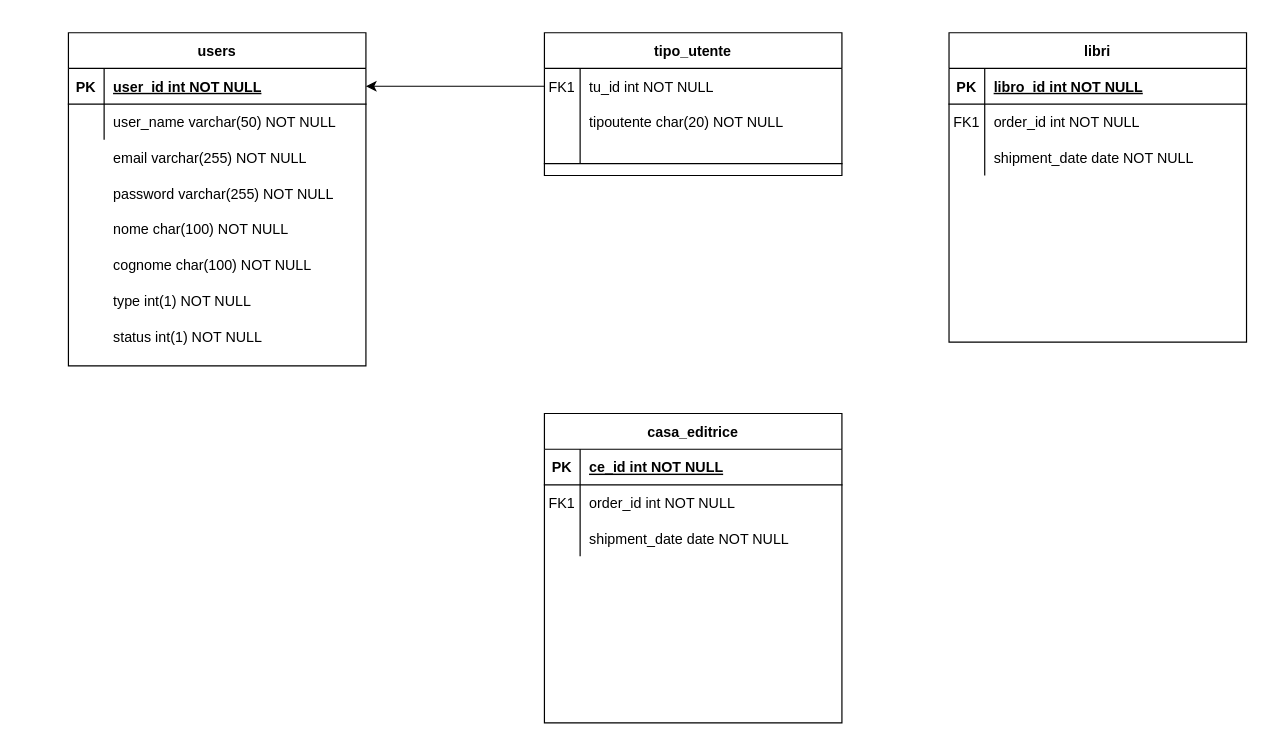
Above: er_diagram.drawio in michipase/Bookique_animaniacs (draw.io), before the change. Source tidied: cells renumbered, new cells numbered last; positions are measured from the earlier drawing's top-left corner, leaving out a move shared by most shapes. Both pictures are drawn from the tidied source at 119%, with x=0, y=0 at pixel (68, 32).
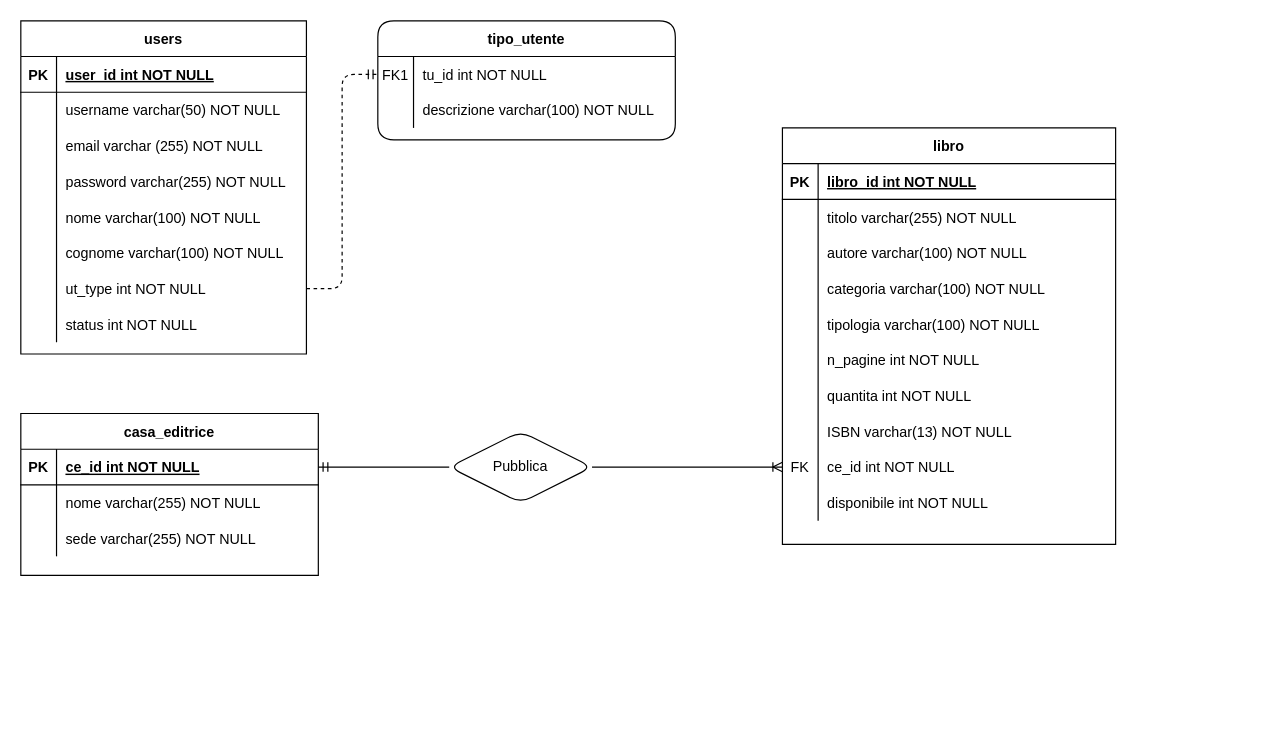
The same diagram, later.

Unchanged cells that the change refers to:
```xml
<mxCell id="3" style="shape=partialRectangle;fillColor=none;points=[[0,0.5],[1,0.5]];portConstraint=eastwest;top=0;left=0;right=0;bottom=0;" parent="2" vertex="1">
  <mxGeometry y="30" width="250" height="30" as="geometry" />
</mxCell>
<mxCell id="6" style="shape=partialRectangle;fillColor=none;top=0;left=0;right=0;bottom=0;" parent="2" vertex="1">
  <mxGeometry y="60" width="250" height="30" as="geometry" />
</mxCell>
<mxCell id="37" style="shape=partialRectangle;fillColor=none;points=[[0,0.5],[1,0.5]];portConstraint=eastwest;top=0;left=0;right=0;bottom=1;" parent="36" vertex="1">
  <mxGeometry y="30" width="250" height="30" as="geometry" />
</mxCell>
<mxCell id="40" style="shape=partialRectangle;fillColor=none;top=0;left=0;right=0;bottom=0;" parent="36" vertex="1">
  <mxGeometry y="60" width="250" height="30" as="geometry" />
</mxCell>
<mxCell id="43" style="shape=partialRectangle;fillColor=none;top=0;left=0;right=0;bottom=0;" parent="36" vertex="1">
  <mxGeometry y="90" width="250" height="30" as="geometry" />
</mxCell>
```

The edit, as a diff of the source:
```diff
@@
-    <mxCell id="2" value="tipo_utente" style="shape=table;startSize=30;childLayout=tableLayout;rowLines=0;fontStyle=1;align=center;" parent="1" vertex="1">
-      <mxGeometry x="400" width="250" height="120" as="geometry" />
+    <mxCell id="2" value="tipo_utente" style="shape=table;startSize=30;childLayout=tableLayout;rowLines=0;fontStyle=1;align=center;rounded=1;" parent="1" vertex="1">
+      <mxGeometry x="260" y="-10" width="250" height="100" as="geometry" />
     </mxCell>
@@
-    <mxCell id="8" value="tipoutente char(20) NOT NULL" style="shape=partialRectangle;overflow=hidden;fillColor=none;top=0;left=0;bottom=0;right=0;align=left;spacingLeft=6;" parent="6" vertex="1">
+    <mxCell id="8" value="descrizione varchar(100) NOT NULL" style="shape=partialRectangle;overflow=hidden;fillColor=none;top=0;left=0;bottom=0;right=0;align=left;spacingLeft=6;" parent="6" vertex="1">
       <mxGeometry x="30" width="220" height="30" as="geometry" />
     </mxCell>
-    <mxCell id="9" style="shape=partialRectangle;fillColor=none;top=0;left=0;right=0;bottom=1;" parent="2" vertex="1">
-      <mxGeometry y="90" width="250" height="20" as="geometry" />
-    </mxCell>
-    <mxCell id="10" style="shape=partialRectangle;overflow=hidden;fillColor=none;top=0;left=0;bottom=0;right=0;fontStyle=1;" parent="9" vertex="1">
-      <mxGeometry width="30" height="20" as="geometry" />
-    </mxCell>
-    <mxCell id="11" style="shape=partialRectangle;overflow=hidden;fillColor=none;top=0;left=0;bottom=0;right=0;align=left;spacingLeft=6;fontStyle=5;" parent="9" vertex="1">
-      <mxGeometry x="30" width="220" height="20" as="geometry" />
-    </mxCell>
-    <mxCell id="12" value="users" style="shape=table;startSize=30;childLayout=tableLayout;rowLines=0;fontStyle=1;align=center;" parent="1" vertex="1">
-      <mxGeometry width="250" height="280" as="geometry" />
-    </mxCell>
-    <mxCell id="13" style="shape=partialRectangle;fillColor=none;points=[[0,0.5],[1,0.5]];portConstraint=eastwest;top=0;left=0;right=0;bottom=1;" parent="12" vertex="1">
-      <mxGeometry y="30" width="250" height="30" as="geometry" />
-    </mxCell>
-    <mxCell id="14" value="PK" style="shape=partialRectangle;overflow=hidden;fillColor=none;top=0;left=0;bottom=0;right=0;fontStyle=1;" parent="13" vertex="1">
-      <mxGeometry width="30" height="30" as="geometry" />
-    </mxCell>
-    <mxCell id="15" value="user_id int NOT NULL " style="shape=partialRectangle;overflow=hidden;fillColor=none;top=0;left=0;bottom=0;right=0;align=left;spacingLeft=6;fontStyle=5;" parent="13" vertex="1">
-      <mxGeometry x="30" width="220" height="30" as="geometry" />
-    </mxCell>
-    <mxCell id="16" style="shape=partialRectangle;fillColor=none;top=0;left=0;right=0;bottom=0;" parent="12" vertex="1">
-      <mxGeometry y="60" width="250" height="30" as="geometry" />
-    </mxCell>
-    <mxCell id="17" style="shape=partialRectangle;overflow=hidden;fillColor=none;top=0;left=0;bottom=0;right=0;" parent="16" vertex="1">
-      <mxGeometry width="30" height="30" as="geometry" />
-    </mxCell>
-    <mxCell id="18" value="user_name varchar(50) NOT NULL" style="shape=partialRectangle;overflow=hidden;fillColor=none;top=0;left=0;bottom=0;right=0;align=left;spacingLeft=6;" parent="16" vertex="1">
-      <mxGeometry x="30" width="220" height="30" as="geometry" />
-    </mxCell>
-    <mxCell id="19" value="password varchar(255) NOT NULL" style="shape=partialRectangle;overflow=hidden;fillColor=none;top=0;left=0;bottom=0;right=0;align=left;spacingLeft=6;" parent="1" vertex="1">
-      <mxGeometry x="30" y="120" width="220" height="30" as="geometry" />
-    </mxCell>
-    <mxCell id="20" value="nome char(100) NOT NULL" style="shape=partialRectangle;overflow=hidden;fillColor=none;top=0;left=0;bottom=0;right=0;align=left;spacingLeft=6;" parent="1" vertex="1">
-      <mxGeometry x="30" y="150" width="220" height="30" as="geometry" />
-    </mxCell>
-    <mxCell id="21" value="cognome char(100) NOT NULL" style="shape=partialRectangle;overflow=hidden;fillColor=none;top=0;left=0;bottom=0;right=0;align=left;spacingLeft=6;" parent="1" vertex="1">
-      <mxGeometry x="30" y="180" width="220" height="30" as="geometry" />
-    </mxCell>
-    <mxCell id="22" value="email varchar(255) NOT NULL" style="shape=partialRectangle;overflow=hidden;fillColor=none;top=0;left=0;bottom=0;right=0;align=left;spacingLeft=6;" parent="1" vertex="1">
-      <mxGeometry x="30" y="90" width="220" height="30" as="geometry" />
-    </mxCell>
-    <mxCell id="23" value="type int(1) NOT NULL" style="shape=partialRectangle;overflow=hidden;fillColor=none;top=0;left=0;bottom=0;right=0;align=left;spacingLeft=6;" parent="1" vertex="1">
-      <mxGeometry x="30" y="210" width="220" height="30" as="geometry" />
-    </mxCell>
-    <mxCell id="24" value="status int(1) NOT NULL" style="shape=partialRectangle;overflow=hidden;fillColor=none;top=0;left=0;bottom=0;right=0;align=left;spacingLeft=6;" parent="1" vertex="1">
-      <mxGeometry x="30" y="240" width="220" height="30" as="geometry" />
-    </mxCell>
-    <mxCell id="25" value="libri" style="shape=table;startSize=30;childLayout=tableLayout;rowLines=0;fontStyle=1;align=center;" parent="1" vertex="1">
-      <mxGeometry x="740" width="250" height="260" as="geometry" />
+    <mxCell id="25" value="libro" style="shape=table;startSize=30;childLayout=tableLayout;rowLines=0;fontStyle=1;align=center;" parent="1" vertex="1">
+      <mxGeometry x="600" y="80" width="280" height="350" as="geometry" />
     </mxCell>
     <mxCell id="26" style="shape=partialRectangle;fillColor=none;top=0;left=0;right=0;bottom=1;" parent="25" vertex="1">
-      <mxGeometry y="30" width="250" height="30" as="geometry" />
+      <mxGeometry y="30" width="280" height="30" as="geometry" />
     </mxCell>
@@
     <mxCell id="28" value="libro_id int NOT NULL " style="shape=partialRectangle;overflow=hidden;fillColor=none;top=0;left=0;bottom=0;right=0;align=left;spacingLeft=6;fontStyle=5;" parent="26" vertex="1">
-      <mxGeometry x="30" width="220" height="30" as="geometry" />
+      <mxGeometry x="30" width="250" height="30" as="geometry" />
     </mxCell>
     <mxCell id="29" style="shape=partialRectangle;fillColor=none;top=0;left=0;right=0;bottom=0;" parent="25" vertex="1">
-      <mxGeometry y="60" width="250" height="30" as="geometry" />
+      <mxGeometry y="60" width="280" height="30" as="geometry" />
     </mxCell>
-    <mxCell id="30" value="FK1" style="shape=partialRectangle;overflow=hidden;fillColor=none;top=0;left=0;bottom=0;right=0;" parent="29" vertex="1">
+    <mxCell id="30" style="shape=partialRectangle;overflow=hidden;fillColor=none;top=0;left=0;bottom=0;right=0;" parent="29" vertex="1">
       <mxGeometry width="30" height="30" as="geometry" />
     </mxCell>
-    <mxCell id="31" value="order_id int NOT NULL" style="shape=partialRectangle;overflow=hidden;fillColor=none;top=0;left=0;bottom=0;right=0;align=left;spacingLeft=6;" parent="29" vertex="1">
-      <mxGeometry x="30" width="220" height="30" as="geometry" />
+    <mxCell id="31" value="titolo varchar(255) NOT NULL" style="shape=partialRectangle;overflow=hidden;fillColor=none;top=0;left=0;bottom=0;right=0;align=left;spacingLeft=6;" parent="29" vertex="1">
+      <mxGeometry x="30" width="250" height="30" as="geometry" />
     </mxCell>
     <mxCell id="32" style="shape=partialRectangle;fillColor=none;top=0;left=0;right=0;bottom=0;" parent="25" vertex="1">
-      <mxGeometry y="90" width="250" height="30" as="geometry" />
+      <mxGeometry y="90" width="280" height="30" as="geometry" />
     </mxCell>
@@
-    <mxCell id="34" value="shipment_date date NOT NULL" style="shape=partialRectangle;overflow=hidden;fillColor=none;top=0;left=0;bottom=0;right=0;align=left;spacingLeft=6;" parent="32" vertex="1">
-      <mxGeometry x="30" width="220" height="30" as="geometry" />
+    <mxCell id="34" value="autore varchar(100) NOT NULL" style="shape=partialRectangle;overflow=hidden;fillColor=none;top=0;left=0;bottom=0;right=0;align=left;spacingLeft=6;" parent="32" vertex="1">
+      <mxGeometry x="30" width="250" height="30" as="geometry" />
     </mxCell>
-    <mxCell id="35" style="edgeStyle=orthogonalEdgeStyle;rounded=0;jettySize=auto;html=1;" parent="1" edge="1" source="3" target="13">
-      <mxGeometry relative="1" as="geometry" />
-    </mxCell>
+    <mxCell id="46" style="shape=partialRectangle;fillColor=none;top=0;left=0;right=0;bottom=0;" parent="25" vertex="1">
+      <mxGeometry y="120" width="280" height="30" as="geometry" />
+    </mxCell>
+    <mxCell id="47" style="shape=partialRectangle;overflow=hidden;fillColor=none;top=0;left=0;bottom=0;right=0;" parent="46" vertex="1">
+      <mxGeometry width="30" height="30" as="geometry" />
+    </mxCell>
+    <mxCell id="48" value="categoria varchar(100) NOT NULL" style="shape=partialRectangle;overflow=hidden;fillColor=none;top=0;left=0;bottom=0;right=0;align=left;spacingLeft=6;" parent="46" vertex="1">
+      <mxGeometry x="30" width="250" height="30" as="geometry" />
+    </mxCell>
+    <mxCell id="49" style="shape=partialRectangle;fillColor=none;top=0;left=0;right=0;bottom=0;" parent="25" vertex="1">
+      <mxGeometry y="150" width="280" height="30" as="geometry" />
+    </mxCell>
+    <mxCell id="50" style="shape=partialRectangle;overflow=hidden;fillColor=none;top=0;left=0;bottom=0;right=0;" parent="49" vertex="1">
+      <mxGeometry width="30" height="30" as="geometry" />
+    </mxCell>
+    <mxCell id="51" value="tipologia varchar(100) NOT NULL" style="shape=partialRectangle;overflow=hidden;fillColor=none;top=0;left=0;bottom=0;right=0;align=left;spacingLeft=6;" parent="49" vertex="1">
+      <mxGeometry x="30" width="250" height="30" as="geometry" />
+    </mxCell>
+    <mxCell id="52" style="shape=partialRectangle;fillColor=none;top=0;left=0;right=0;bottom=0;" parent="25" vertex="1">
+      <mxGeometry y="180" width="280" height="30" as="geometry" />
+    </mxCell>
+    <mxCell id="53" style="shape=partialRectangle;overflow=hidden;fillColor=none;top=0;left=0;bottom=0;right=0;" parent="52" vertex="1">
+      <mxGeometry width="30" height="30" as="geometry" />
+    </mxCell>
+    <mxCell id="54" value="n_pagine int NOT NULL" style="shape=partialRectangle;overflow=hidden;fillColor=none;top=0;left=0;bottom=0;right=0;align=left;spacingLeft=6;" parent="52" vertex="1">
+      <mxGeometry x="30" width="250" height="30" as="geometry" />
+    </mxCell>
+    <mxCell id="55" style="shape=partialRectangle;fillColor=none;top=0;left=0;right=0;bottom=0;" parent="25" vertex="1">
+      <mxGeometry y="210" width="280" height="30" as="geometry" />
+    </mxCell>
+    <mxCell id="56" style="shape=partialRectangle;overflow=hidden;fillColor=none;top=0;left=0;bottom=0;right=0;" parent="55" vertex="1">
+      <mxGeometry width="30" height="30" as="geometry" />
+    </mxCell>
+    <mxCell id="57" value="quantita int NOT NULL" style="shape=partialRectangle;overflow=hidden;fillColor=none;top=0;left=0;bottom=0;right=0;align=left;spacingLeft=6;" parent="55" vertex="1">
+      <mxGeometry x="30" width="250" height="30" as="geometry" />
+    </mxCell>
+    <mxCell id="58" style="shape=partialRectangle;fillColor=none;top=0;left=0;right=0;bottom=0;" parent="25" vertex="1">
+      <mxGeometry y="240" width="280" height="30" as="geometry" />
+    </mxCell>
+    <mxCell id="59" style="shape=partialRectangle;overflow=hidden;fillColor=none;top=0;left=0;bottom=0;right=0;" parent="58" vertex="1">
+      <mxGeometry width="30" height="30" as="geometry" />
+    </mxCell>
+    <mxCell id="60" value="ISBN varchar(13) NOT NULL" style="shape=partialRectangle;overflow=hidden;fillColor=none;top=0;left=0;bottom=0;right=0;align=left;spacingLeft=6;" parent="58" vertex="1">
+      <mxGeometry x="30" width="250" height="30" as="geometry" />
+    </mxCell>
+    <mxCell id="61" style="shape=partialRectangle;fillColor=none;points=[[0,0.5],[1,0.5]];portConstraint=eastwest;top=0;left=0;right=0;bottom=0;" parent="25" vertex="1">
+      <mxGeometry y="270" width="280" height="30" as="geometry" />
+    </mxCell>
+    <mxCell id="62" value="FK" style="shape=partialRectangle;overflow=hidden;fillColor=none;top=0;left=0;bottom=0;right=0;" parent="61" vertex="1">
+      <mxGeometry width="30" height="30" as="geometry" />
+    </mxCell>
+    <mxCell id="63" value="ce_id int NOT NULL" style="shape=partialRectangle;overflow=hidden;fillColor=none;top=0;left=0;bottom=0;right=0;align=left;spacingLeft=6;" parent="61" vertex="1">
+      <mxGeometry x="30" width="250" height="30" as="geometry" />
+    </mxCell>
+    <mxCell id="64" style="shape=partialRectangle;fillColor=none;top=0;left=0;right=0;bottom=0;" parent="25" vertex="1">
+      <mxGeometry y="300" width="280" height="30" as="geometry" />
+    </mxCell>
+    <mxCell id="65" style="shape=partialRectangle;overflow=hidden;fillColor=none;top=0;left=0;bottom=0;right=0;" parent="64" vertex="1">
+      <mxGeometry width="30" height="30" as="geometry" />
+    </mxCell>
+    <mxCell id="66" value="disponibile int NOT NULL" style="shape=partialRectangle;overflow=hidden;fillColor=none;top=0;left=0;bottom=0;right=0;align=left;spacingLeft=6;" parent="64" vertex="1">
+      <mxGeometry x="30" width="250" height="30" as="geometry" />
+    </mxCell>
     <mxCell id="36" value="casa_editrice" style="shape=table;startSize=30;childLayout=tableLayout;rowLines=0;fontStyle=1;align=center;" parent="1" vertex="1">
-      <mxGeometry x="400" y="320" width="250" height="260" as="geometry" />
+      <mxGeometry x="-40" y="320" width="250" height="136" as="geometry" />
     </mxCell>
@@
-    <mxCell id="41" value="FK1" style="shape=partialRectangle;overflow=hidden;fillColor=none;top=0;left=0;bottom=0;right=0;" parent="40" vertex="1">
+    <mxCell id="41" style="shape=partialRectangle;overflow=hidden;fillColor=none;top=0;left=0;bottom=0;right=0;" parent="40" vertex="1">
       <mxGeometry width="30" height="30" as="geometry" />
     </mxCell>
-    <mxCell id="42" value="order_id int NOT NULL" style="shape=partialRectangle;overflow=hidden;fillColor=none;top=0;left=0;bottom=0;right=0;align=left;spacingLeft=6;" parent="40" vertex="1">
+    <mxCell id="42" value="nome varchar(255) NOT NULL" style="shape=partialRectangle;overflow=hidden;fillColor=none;top=0;left=0;bottom=0;right=0;align=left;spacingLeft=6;" parent="40" vertex="1">
       <mxGeometry x="30" width="220" height="30" as="geometry" />
     </mxCell>
@@
-    <mxCell id="44" style="shape=partialRectangle;overflow=hidden;fillColor=none;top=0;left=0;bottom=0;right=0;" parent="43" vertex="1">
-      <mxGeometry width="30" height="30" as="geometry" />
-    </mxCell>
-    <mxCell id="45" value="shipment_date date NOT NULL" style="shape=partialRectangle;overflow=hidden;fillColor=none;top=0;left=0;bottom=0;right=0;align=left;spacingLeft=6;" parent="43" vertex="1">
-      <mxGeometry x="30" width="220" height="30" as="geometry" />
-    </mxCell>
+    <mxCell id="67" style="shape=partialRectangle;overflow=hidden;fillColor=none;top=0;left=0;bottom=0;right=0;" parent="43" vertex="1">
+      <mxGeometry width="30" height="30" as="geometry" />
+    </mxCell>
+    <mxCell id="68" value="sede varchar(255) NOT NULL" style="shape=partialRectangle;overflow=hidden;fillColor=none;top=0;left=0;bottom=0;right=0;align=left;spacingLeft=6;" parent="43" vertex="1">
+      <mxGeometry x="30" width="220" height="30" as="geometry" />
+    </mxCell>
+    <mxCell id="12" value="users" style="shape=table;startSize=30;childLayout=tableLayout;rowLines=0;fontStyle=1;align=center;" parent="1" vertex="1">
+      <mxGeometry x="-40" y="-10" width="240" height="280" as="geometry" />
+    </mxCell>
+    <mxCell id="69" style="shape=partialRectangle;fillColor=none;top=0;left=0;bottom=1;right=0;" parent="12" vertex="1">
+      <mxGeometry y="30" width="240" height="30" as="geometry" />
+    </mxCell>
+    <mxCell id="14" value="PK" style="shape=partialRectangle;fillColor=none;top=0;left=0;bottom=0;right=0;fontStyle=1;overflow=hidden;" parent="69" vertex="1">
+      <mxGeometry width="30" height="30" as="geometry" />
+    </mxCell>
+    <mxCell id="15" value="user_id int NOT NULL" style="shape=partialRectangle;fillColor=none;top=0;left=0;bottom=0;right=0;align=left;spacingLeft=6;fontStyle=5;overflow=hidden;" parent="69" vertex="1">
+      <mxGeometry x="30" width="210" height="30" as="geometry" />
+    </mxCell>
+    <mxCell id="70" style="shape=partialRectangle;fillColor=none;top=0;left=0;bottom=0;right=0;" parent="12" vertex="1">
+      <mxGeometry y="60" width="240" height="30" as="geometry" />
+    </mxCell>
+    <mxCell id="71" style="shape=partialRectangle;fillColor=none;top=0;left=0;bottom=0;right=0;overflow=hidden;" parent="70" vertex="1">
+      <mxGeometry width="30" height="30" as="geometry" />
+    </mxCell>
+    <mxCell id="72" value="username varchar(50) NOT NULL" style="shape=partialRectangle;fillColor=none;top=0;left=0;bottom=0;right=0;align=left;spacingLeft=6;overflow=hidden;" parent="70" vertex="1">
+      <mxGeometry x="30" width="210" height="30" as="geometry" />
+    </mxCell>
+    <mxCell id="73" style="shape=partialRectangle;fillColor=none;top=0;left=0;bottom=0;right=0;" parent="12" vertex="1">
+      <mxGeometry y="90" width="240" height="30" as="geometry" />
+    </mxCell>
+    <mxCell id="74" style="shape=partialRectangle;fillColor=none;top=0;left=0;bottom=0;right=0;overflow=hidden;" parent="73" vertex="1">
+      <mxGeometry width="30" height="30" as="geometry" />
+    </mxCell>
+    <mxCell id="75" value="email varchar (255) NOT NULL" style="shape=partialRectangle;fillColor=none;top=0;left=0;bottom=0;right=0;align=left;spacingLeft=6;overflow=hidden;" parent="73" vertex="1">
+      <mxGeometry x="30" width="210" height="30" as="geometry" />
+    </mxCell>
+    <mxCell id="76" style="shape=partialRectangle;fillColor=none;top=0;left=0;bottom=0;right=0;" parent="12" vertex="1">
+      <mxGeometry y="120" width="240" height="30" as="geometry" />
+    </mxCell>
+    <mxCell id="77" style="shape=partialRectangle;fillColor=none;top=0;left=0;bottom=0;right=0;overflow=hidden;" parent="76" vertex="1">
+      <mxGeometry width="30" height="30" as="geometry" />
+    </mxCell>
+    <mxCell id="19" value="password varchar(255) NOT NULL" style="shape=partialRectangle;fillColor=none;top=0;left=0;bottom=0;right=0;align=left;spacingLeft=6;overflow=hidden;" parent="76" vertex="1">
+      <mxGeometry x="30" width="210" height="30" as="geometry" />
+    </mxCell>
+    <mxCell id="78" style="shape=partialRectangle;fillColor=none;top=0;left=0;bottom=0;right=0;" parent="12" vertex="1">
+      <mxGeometry y="150" width="240" height="30" as="geometry" />
+    </mxCell>
+    <mxCell id="79" style="shape=partialRectangle;fillColor=none;top=0;left=0;bottom=0;right=0;overflow=hidden;" parent="78" vertex="1">
+      <mxGeometry width="30" height="30" as="geometry" />
+    </mxCell>
+    <mxCell id="80" value="nome varchar(100) NOT NULL" style="shape=partialRectangle;fillColor=none;top=0;left=0;bottom=0;right=0;align=left;spacingLeft=6;overflow=hidden;" parent="78" vertex="1">
+      <mxGeometry x="30" width="210" height="30" as="geometry" />
+    </mxCell>
+    <mxCell id="81" style="shape=partialRectangle;fillColor=none;top=0;left=0;bottom=0;right=0;" parent="12" vertex="1">
+      <mxGeometry y="180" width="240" height="30" as="geometry" />
+    </mxCell>
+    <mxCell id="82" style="shape=partialRectangle;fillColor=none;top=0;left=0;bottom=0;right=0;overflow=hidden;" parent="81" vertex="1">
+      <mxGeometry width="30" height="30" as="geometry" />
+    </mxCell>
+    <mxCell id="83" value="cognome varchar(100) NOT NULL" style="shape=partialRectangle;fillColor=none;top=0;left=0;bottom=0;right=0;align=left;spacingLeft=6;overflow=hidden;" parent="81" vertex="1">
+      <mxGeometry x="30" width="210" height="30" as="geometry" />
+    </mxCell>
+    <mxCell id="84" style="shape=partialRectangle;fillColor=none;top=0;left=0;bottom=0;right=0;points=[[0,0.5],[1,0.5]];portConstraint=eastwest;" parent="12" vertex="1">
+      <mxGeometry y="210" width="240" height="30" as="geometry" />
+    </mxCell>
+    <mxCell id="85" style="shape=partialRectangle;fillColor=none;top=0;left=0;bottom=0;right=0;overflow=hidden;" parent="84" vertex="1">
+      <mxGeometry width="30" height="30" as="geometry" />
+    </mxCell>
+    <mxCell id="86" value="ut_type int NOT NULL" style="shape=partialRectangle;fillColor=none;top=0;left=0;bottom=0;right=0;align=left;spacingLeft=6;overflow=hidden;" parent="84" vertex="1">
+      <mxGeometry x="30" width="210" height="30" as="geometry" />
+    </mxCell>
+    <mxCell id="87" style="shape=partialRectangle;fillColor=none;top=0;left=0;bottom=0;right=0;" parent="12" vertex="1">
+      <mxGeometry y="240" width="240" height="30" as="geometry" />
+    </mxCell>
+    <mxCell id="88" style="shape=partialRectangle;fillColor=none;top=0;left=0;bottom=0;right=0;overflow=hidden;" parent="87" vertex="1">
+      <mxGeometry width="30" height="30" as="geometry" />
+    </mxCell>
+    <mxCell id="89" value="status int NOT NULL" style="shape=partialRectangle;fillColor=none;top=0;left=0;bottom=0;right=0;align=left;spacingLeft=6;overflow=hidden;" parent="87" vertex="1">
+      <mxGeometry x="30" width="210" height="30" as="geometry" />
+    </mxCell>
+    <mxCell id="90" style="edgeStyle=entityRelationEdgeStyle;fontSize=12;html=1;endArrow=ERmandOne;dashed=1;" parent="1" edge="1" source="84" target="3">
+      <mxGeometry relative="1" as="geometry" />
+    </mxCell>
+    <mxCell id="91" value="Pubblica" style="shape=rhombus;perimeter=rhombusPerimeter;whiteSpace=wrap;html=1;align=center;rounded=1;" parent="1" vertex="1">
+      <mxGeometry x="320" y="335" width="120" height="60" as="geometry" />
+    </mxCell>
+    <mxCell id="92" style="edgeStyle=entityRelationEdgeStyle;fontSize=12;html=1;endArrow=ERoneToMany;exitX=1;exitY=0.5;exitDx=0;exitDy=0;" parent="1" edge="1" source="91" target="61">
+      <mxGeometry relative="1" as="geometry" />
+    </mxCell>
+    <mxCell id="93" style="edgeStyle=entityRelationEdgeStyle;fontSize=12;html=1;endArrow=ERmandOne;exitX=0;exitY=0.5;exitDx=0;exitDy=0;" parent="1" edge="1" source="91" target="37">
+      <mxGeometry relative="1" as="geometry" />
+    </mxCell>
```
